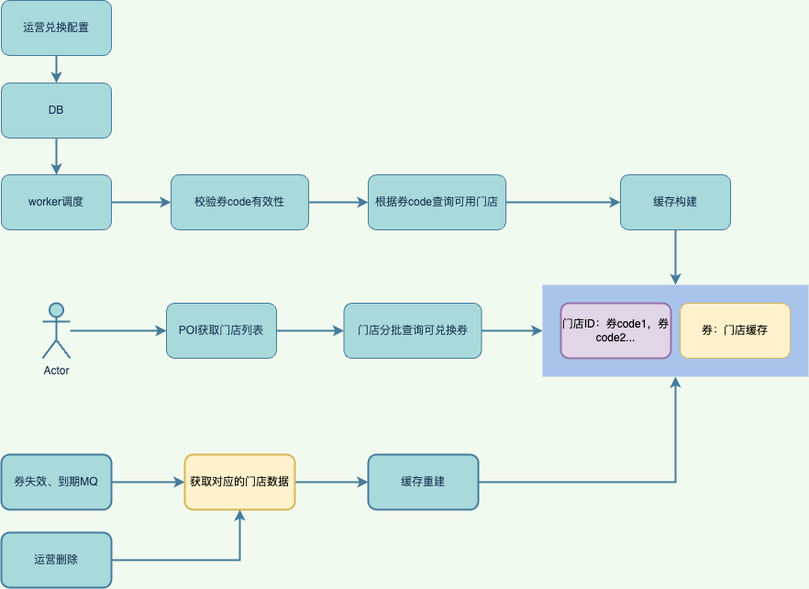
845642761/diagram keeps this draw.io diagram as 优惠券兑换缓存存储.png. Above is the earlier version. Source tidied: cells renumbered, new cells last; positions are measured from the earlier drawing's top-left corner, leaving out a move shared by most shapes.
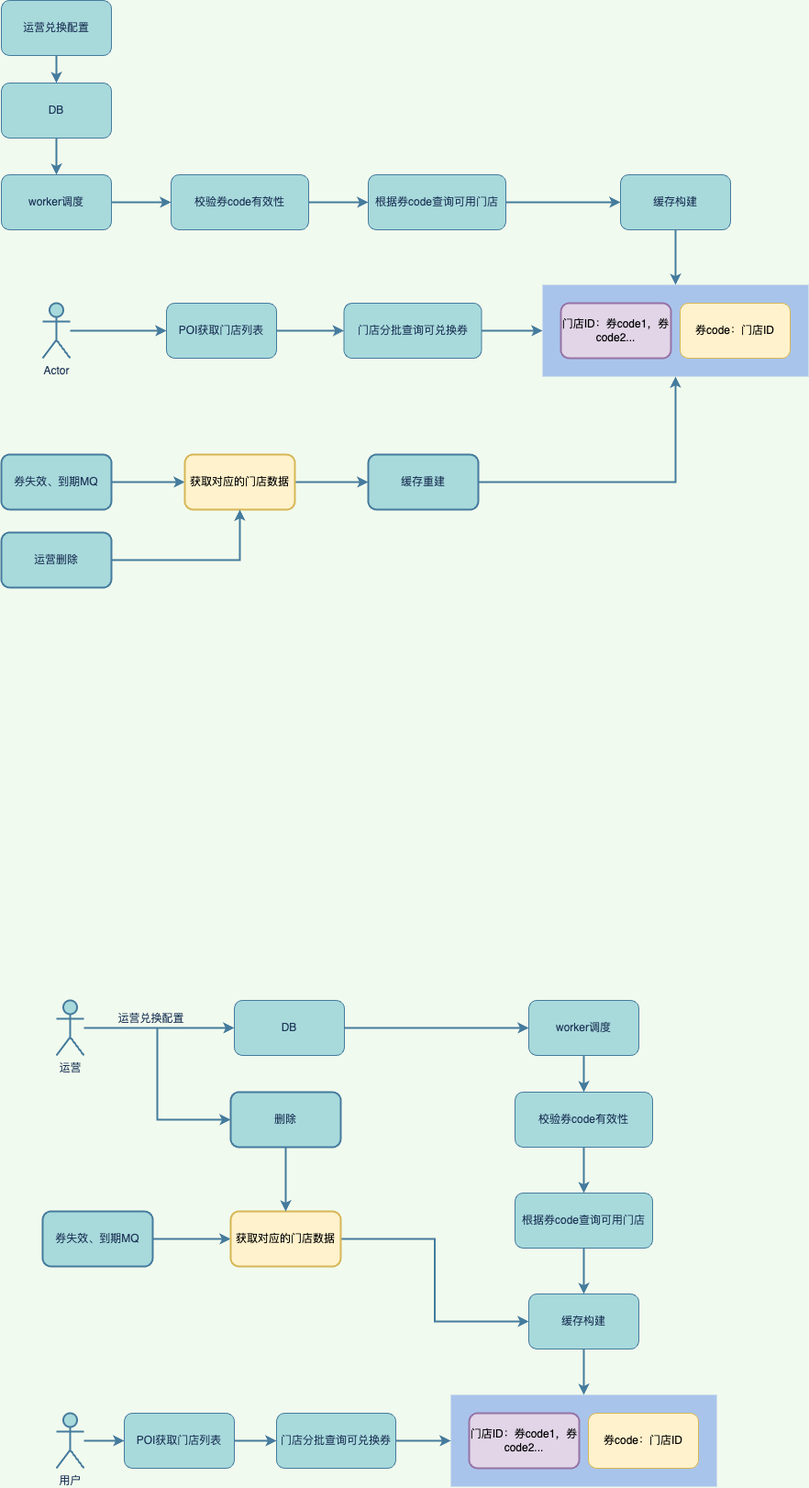
The same diagram one commit later.

Commit message:
更新优惠券兑换缓存存储.png

Diff of the diagram source:
```diff
@@ -86,11 +86,103 @@
     <mxCell id="29" style="rounded=0;whiteSpace=wrap;html=1;fillStyle=auto;strokeColor=none;strokeWidth=2;fontColor=#1D3557;fillColor=#A9C4EB;gradientColor=none;" parent="28" vertex="1">
       <mxGeometry width="290" height="100" as="geometry" />
     </mxCell>
-    <mxCell id="30" value="券：门店缓存" style="whiteSpace=wrap;html=1;fillColor=#fff2cc;strokeColor=#d6b656;rounded=1;" parent="28" vertex="1">
+    <mxCell id="30" value="券code：门店ID" style="whiteSpace=wrap;html=1;fillColor=#fff2cc;strokeColor=#d6b656;rounded=1;" parent="28" vertex="1">
       <mxGeometry x="150" y="20" width="120" height="60" as="geometry" />
     </mxCell>
     <mxCell id="31" value="门店ID：券code1，券code2..." style="rounded=1;whiteSpace=wrap;html=1;fillStyle=auto;strokeColor=#9673a6;strokeWidth=2;fillColor=#e1d5e7;" parent="28" vertex="1">
       <mxGeometry x="20" y="20" width="120" height="60" as="geometry" />
     </mxCell>
+    <mxCell id="32" style="edgeStyle=orthogonalEdgeStyle;rounded=0;jettySize=auto;html=1;strokeColor=#457B9D;fontColor=#1D3557;fillColor=#A8DADC;strokeWidth=2;" parent="1" edge="1" source="33" target="35">
+      <mxGeometry relative="1" as="geometry" />
+    </mxCell>
+    <mxCell id="33" value="DB" style="whiteSpace=wrap;html=1;fillColor=#A8DADC;strokeColor=#457B9D;fontColor=#1D3557;rounded=1;" parent="1" vertex="1">
+      <mxGeometry x="254" y="1090" width="120" height="60" as="geometry" />
+    </mxCell>
+    <mxCell id="34" style="edgeStyle=orthogonalEdgeStyle;rounded=0;jettySize=auto;html=1;strokeColor=#457B9D;fontColor=#1D3557;fillColor=#A8DADC;strokeWidth=2;labelBackgroundColor=#F1FAEE;" parent="1" edge="1" source="35" target="37">
+      <mxGeometry relative="1" as="geometry" />
+    </mxCell>
+    <mxCell id="35" value="worker调度" style="rounded=1;whiteSpace=wrap;html=1;strokeColor=#457B9D;fontColor=#1D3557;fillColor=#A8DADC;" parent="1" vertex="1">
+      <mxGeometry x="575" y="1090" width="120" height="60" as="geometry" />
+    </mxCell>
+    <mxCell id="36" style="edgeStyle=orthogonalEdgeStyle;rounded=0;jettySize=auto;html=1;strokeColor=#457B9D;strokeWidth=2;fontColor=#1D3557;fillColor=#A8DADC;" parent="1" edge="1" source="37" target="39">
+      <mxGeometry relative="1" as="geometry" />
+    </mxCell>
+    <mxCell id="37" value="校验券code有效性" style="whiteSpace=wrap;html=1;fillColor=#A8DADC;strokeColor=#457B9D;fontColor=#1D3557;rounded=1;" parent="1" vertex="1">
+      <mxGeometry x="560" y="1190" width="150" height="60" as="geometry" />
+    </mxCell>
+    <mxCell id="38" style="edgeStyle=orthogonalEdgeStyle;rounded=0;jettySize=auto;html=1;strokeColor=#457B9D;strokeWidth=2;fontColor=#1D3557;fillColor=#A8DADC;" parent="1" edge="1" source="39" target="45">
+      <mxGeometry relative="1" as="geometry" />
+    </mxCell>
+    <mxCell id="39" value="根据券code查询可用门店" style="whiteSpace=wrap;html=1;fillColor=#A8DADC;strokeColor=#457B9D;fontColor=#1D3557;rounded=1;" parent="1" vertex="1">
+      <mxGeometry x="560" y="1300" width="150" height="60" as="geometry" />
+    </mxCell>
+    <mxCell id="40" style="edgeStyle=orthogonalEdgeStyle;rounded=0;jettySize=auto;html=1;entryX=0;entryY=0.5;entryDx=0;entryDy=0;strokeColor=#457B9D;strokeWidth=2;fontColor=#1D3557;fillColor=#A8DADC;" parent="1" edge="1" source="41" target="43">
+      <mxGeometry relative="1" as="geometry" />
+    </mxCell>
+    <mxCell id="41" value="用户" style="shape=umlActor;verticalLabelPosition=bottom;verticalAlign=top;html=1;outlineConnect=0;strokeColor=#457B9D;fontColor=#1D3557;fillColor=#A8DADC;strokeWidth=2;" parent="1" vertex="1">
+      <mxGeometry x="60" y="1540" width="30" height="60" as="geometry" />
+    </mxCell>
+    <mxCell id="42" style="edgeStyle=orthogonalEdgeStyle;rounded=0;jettySize=auto;html=1;entryX=0;entryY=0.5;entryDx=0;entryDy=0;strokeColor=#457B9D;strokeWidth=2;fontColor=#1D3557;fillColor=#A8DADC;" parent="1" edge="1" source="43" target="57">
+      <mxGeometry relative="1" as="geometry" />
+    </mxCell>
+    <mxCell id="43" value="POI获取门店列表" style="rounded=1;whiteSpace=wrap;html=1;strokeColor=#457B9D;fontColor=#1D3557;fillColor=#A8DADC;" parent="1" vertex="1">
+      <mxGeometry x="134" y="1540" width="120" height="60" as="geometry" />
+    </mxCell>
+    <mxCell id="44" style="edgeStyle=orthogonalEdgeStyle;rounded=0;jettySize=auto;html=1;entryX=0.5;entryY=0;entryDx=0;entryDy=0;strokeColor=#457B9D;strokeWidth=2;fontColor=#1D3557;fillColor=#A8DADC;" parent="1" edge="1" source="45" target="53">
+      <mxGeometry relative="1" as="geometry" />
+    </mxCell>
+    <mxCell id="45" value="缓存构建" style="whiteSpace=wrap;html=1;fillColor=#A8DADC;strokeColor=#457B9D;fontColor=#1D3557;rounded=1;" parent="1" vertex="1">
+      <mxGeometry x="575" y="1410" width="120" height="60" as="geometry" />
+    </mxCell>
+    <mxCell id="46" style="edgeStyle=orthogonalEdgeStyle;rounded=0;jettySize=auto;html=1;strokeColor=#457B9D;strokeWidth=2;fontColor=#1D3557;fillColor=#A8DADC;" parent="1" edge="1" source="47" target="49">
+      <mxGeometry relative="1" as="geometry" />
+    </mxCell>
+    <mxCell id="47" value="券失效、到期MQ" style="rounded=1;whiteSpace=wrap;html=1;strokeColor=#457B9D;strokeWidth=2;fontColor=#1D3557;fillColor=#A8DADC;" parent="1" vertex="1">
+      <mxGeometry x="45" y="1320" width="120" height="60" as="geometry" />
+    </mxCell>
+    <mxCell id="48" style="edgeStyle=orthogonalEdgeStyle;rounded=0;jettySize=auto;html=1;strokeColor=#457B9D;strokeWidth=2;fontColor=#1D3557;fillColor=#A8DADC;entryX=0;entryY=0.5;entryDx=0;entryDy=0;" parent="1" edge="1" source="49" target="45">
+      <mxGeometry relative="1" as="geometry" />
+    </mxCell>
+    <mxCell id="49" value="获取对应的门店数据" style="whiteSpace=wrap;html=1;fillColor=#fff2cc;strokeColor=#d6b656;rounded=1;strokeWidth=2;" parent="1" vertex="1">
+      <mxGeometry x="250" y="1320" width="120" height="60" as="geometry" />
+    </mxCell>
+    <mxCell id="50" style="edgeStyle=orthogonalEdgeStyle;rounded=0;jettySize=auto;html=1;strokeColor=#457B9D;strokeWidth=2;fontColor=#1D3557;fillColor=#A8DADC;" parent="1" edge="1" source="51" target="49">
+      <mxGeometry relative="1" as="geometry" />
+    </mxCell>
+    <mxCell id="51" value="删除" style="rounded=1;whiteSpace=wrap;html=1;strokeColor=#457B9D;strokeWidth=2;fontColor=#1D3557;fillColor=#A8DADC;" parent="1" vertex="1">
+      <mxGeometry x="250" y="1190" width="120" height="60" as="geometry" />
+    </mxCell>
+    <mxCell id="52" style="group;" parent="1" vertex="1">
+      <mxGeometry x="380" y="1520" width="290" height="100" as="geometry" />
+    </mxCell>
+    <mxCell id="53" style="rounded=0;whiteSpace=wrap;html=1;fillStyle=auto;strokeColor=none;strokeWidth=2;fontColor=#1D3557;fillColor=#A9C4EB;gradientColor=none;" parent="52" vertex="1">
+      <mxGeometry x="110" width="290" height="100" as="geometry" />
+    </mxCell>
+    <mxCell id="54" value="券code：门店ID" style="whiteSpace=wrap;html=1;fillColor=#fff2cc;strokeColor=#d6b656;rounded=1;" parent="52" vertex="1">
+      <mxGeometry x="260" y="20" width="120" height="60" as="geometry" />
+    </mxCell>
+    <mxCell id="55" value="门店ID：券code1，券code2..." style="rounded=1;whiteSpace=wrap;html=1;fillStyle=auto;strokeColor=#9673a6;strokeWidth=2;fillColor=#e1d5e7;" parent="52" vertex="1">
+      <mxGeometry x="130" y="20" width="120" height="60" as="geometry" />
+    </mxCell>
+    <mxCell id="56" style="edgeStyle=orthogonalEdgeStyle;rounded=0;jettySize=auto;html=1;entryX=0;entryY=0.5;entryDx=0;entryDy=0;strokeColor=#457B9D;strokeWidth=2;fontColor=#1D3557;fillColor=#A8DADC;" parent="52" edge="1" source="57" target="53">
+      <mxGeometry relative="1" as="geometry" />
+    </mxCell>
+    <mxCell id="57" value="门店分批查询可兑换券" style="whiteSpace=wrap;html=1;fillColor=#A8DADC;strokeColor=#457B9D;fontColor=#1D3557;rounded=1;" parent="52" vertex="1">
+      <mxGeometry x="-80" y="20" width="130" height="60" as="geometry" />
+    </mxCell>
+    <mxCell id="58" style="edgeStyle=orthogonalEdgeStyle;rounded=0;jettySize=auto;html=1;entryX=0;entryY=0.5;entryDx=0;entryDy=0;strokeColor=#457B9D;strokeWidth=2;fontColor=#1D3557;fillColor=#A8DADC;" parent="1" edge="1" source="61" target="33">
+      <mxGeometry relative="1" as="geometry" />
+    </mxCell>
+    <mxCell id="59" value="&lt;span style=&quot;font-size: 12px;&quot;&gt;运营兑换配置&lt;/span&gt;" style="edgeLabel;html=1;align=center;verticalAlign=middle;fontColor=#1D3557;labelBackgroundColor=none;" parent="58" vertex="1">
+      <mxGeometry x="-0.12" y="4" relative="1" as="geometry">
+        <mxPoint y="-7" as="offset" />
+      </mxGeometry>
+    </mxCell>
+    <mxCell id="60" style="edgeStyle=orthogonalEdgeStyle;rounded=0;jettySize=auto;html=1;entryX=0;entryY=0.5;entryDx=0;entryDy=0;strokeColor=#457B9D;strokeWidth=2;fontColor=#1D3557;fillColor=#A8DADC;" parent="1" edge="1" source="61" target="51">
+      <mxGeometry relative="1" as="geometry" />
+    </mxCell>
+    <mxCell id="61" value="运营" style="shape=umlActor;verticalLabelPosition=bottom;verticalAlign=top;html=1;outlineConnect=0;strokeColor=#457B9D;fontColor=#1D3557;fillColor=#A8DADC;strokeWidth=2;" parent="1" vertex="1">
+      <mxGeometry x="60" y="1090" width="30" height="60" as="geometry" />
+    </mxCell>
   </root>
 </mxGraphModel>
```
